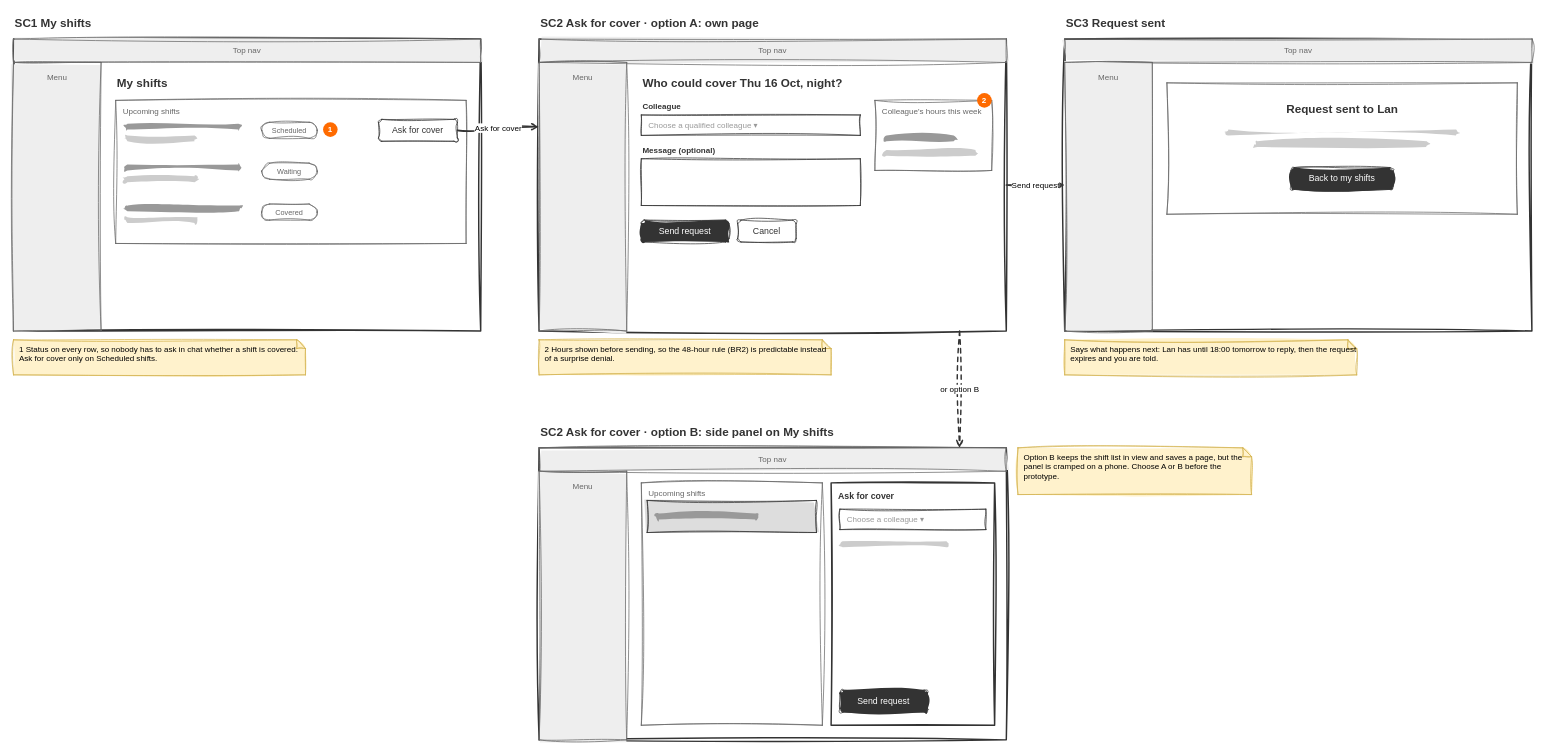
The draw.io diagram skills/sketch-drawio/references/example.drawio in tuanpep/product-design, before the edit. Source tidied: cells renumbered, new cells numbered last; positions are measured from the earlier drawing's top-left corner, leaving out a move shared by most shapes. Both pictures are drawn from the tidied source at 73%, with x=0, y=0 at pixel (13, 12).
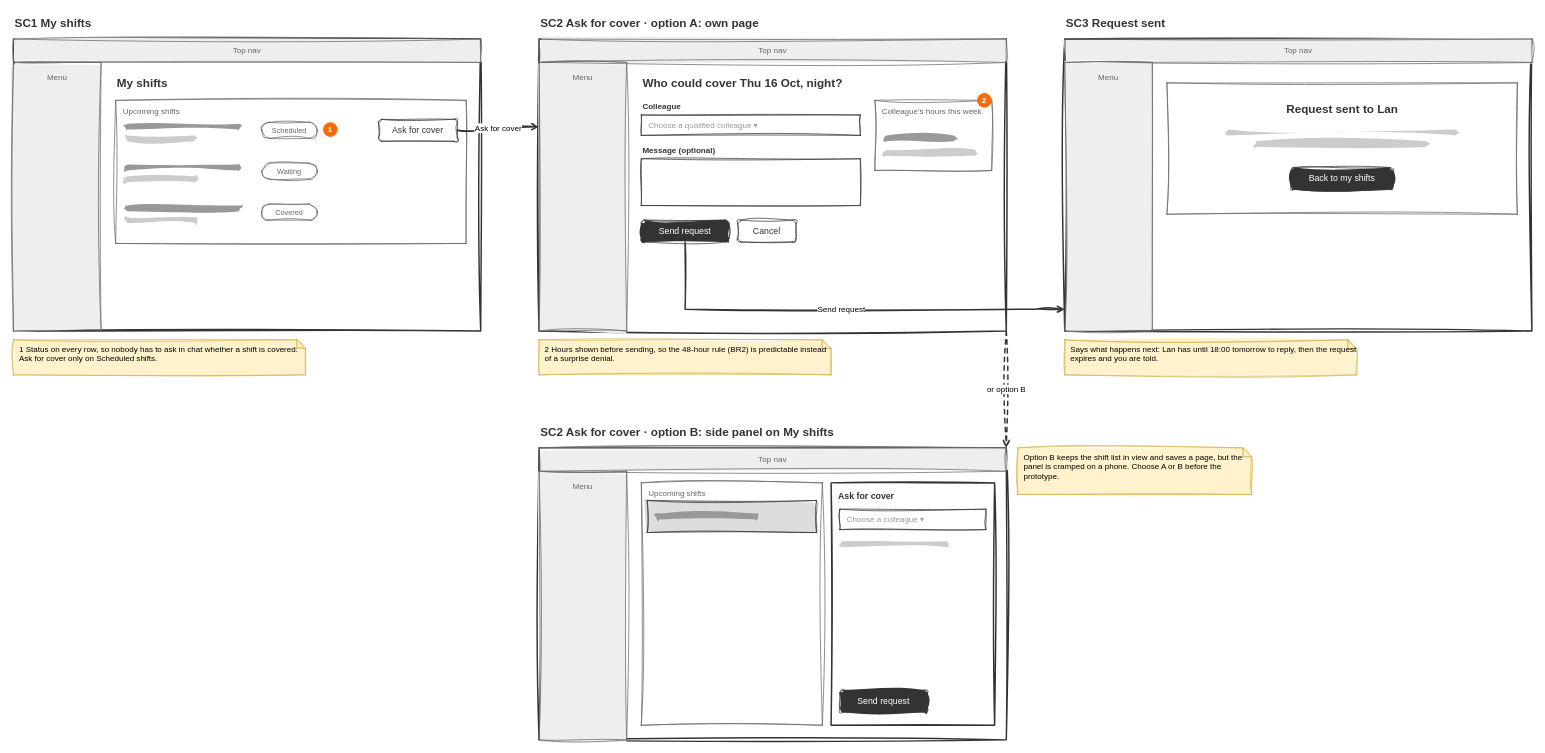
The same page after the edit.

Unchanged cells that the change refers to:
```xml
<mxCell id="21" style="rounded=0;whiteSpace=wrap;html=1;sketch=1;curveFitting=1;jiggle=2;fillColor=#ffffff;fillStyle=solid;strokeColor=#333333;strokeWidth=2;" parent="1" vertex="1">
  <mxGeometry x="720" y="36" width="640" height="400" as="geometry" />
</mxCell>
<mxCell id="33" value="Send request" style="rounded=1;whiteSpace=wrap;html=1;sketch=1;curveFitting=1;jiggle=2;fillColor=#333333;fillStyle=solid;strokeColor=#333333;fontColor=#ffffff;fontSize=12;" parent="1" vertex="1">
  <mxGeometry x="860" y="284" width="120" height="30" as="geometry" />
</mxCell>
<mxCell id="37" style="rounded=0;whiteSpace=wrap;html=1;sketch=1;curveFitting=1;jiggle=2;fillColor=#ffffff;fillStyle=solid;strokeColor=#333333;strokeWidth=2;" parent="1" vertex="1">
  <mxGeometry x="1440" y="36" width="640" height="400" as="geometry" />
</mxCell>
<mxCell id="47" style="rounded=0;whiteSpace=wrap;html=1;sketch=1;curveFitting=1;jiggle=2;fillColor=#ffffff;fillStyle=solid;strokeColor=#333333;strokeWidth=2;" parent="1" vertex="1">
  <mxGeometry x="720" y="596" width="640" height="400" as="geometry" />
</mxCell>
```

Change to the diagram source:
```diff
@@
-    <mxCell id="59" value="Send request" style="edgeStyle=orthogonalEdgeStyle;rounded=0;html=1;sketch=1;curveFitting=1;jiggle=2;endArrow=open;strokeColor=#333333;strokeWidth=2;fontSize=11;labelBackgroundColor=#ffffff;exitX=1;exitY=0.5;exitDx=0;exitDy=0;entryX=0;entryY=0.5;entryDx=0;entryDy=0;" parent="1" edge="1" source="21" target="37">
-      <mxGeometry relative="1" as="geometry" />
+    <mxCell id="59" value="Send request" style="edgeStyle=orthogonalEdgeStyle;rounded=0;html=1;sketch=1;curveFitting=1;jiggle=2;endArrow=open;strokeColor=#333333;strokeWidth=2;fontSize=11;labelBackgroundColor=#ffffff;exitX=0.5;exitY=1;exitDx=0;exitDy=0;entryX=0;entryY=0.925;entryDx=0;entryDy=0;" parent="1" edge="1" source="33" target="37">
+      <mxGeometry relative="1" as="geometry">
+        <Array as="points">
+          <mxPoint x="920" y="406" />
+          <mxPoint x="1400" y="406" />
+        </Array>
+      </mxGeometry>
     </mxCell>
-    <mxCell id="60" value="or option B" style="edgeStyle=orthogonalEdgeStyle;rounded=0;html=1;sketch=1;curveFitting=1;jiggle=2;endArrow=open;strokeColor=#333333;strokeWidth=2;fontSize=11;labelBackgroundColor=#ffffff;dashed=1;exitX=0.9;exitY=1;exitDx=0;exitDy=0;entryX=0.9;entryY=0;entryDx=0;entryDy=0;" parent="1" edge="1" source="21" target="47">
+    <mxCell id="60" value="or option B" style="edgeStyle=orthogonalEdgeStyle;rounded=0;html=1;sketch=1;curveFitting=1;jiggle=2;endArrow=open;strokeColor=#333333;strokeWidth=2;fontSize=11;labelBackgroundColor=#ffffff;dashed=1;exitX=1;exitY=1;exitDx=0;exitDy=0;entryX=1;entryY=0;entryDx=0;entryDy=0;" parent="1" edge="1" source="21" target="47">
       <mxGeometry relative="1" as="geometry" />
     </mxCell>
```
